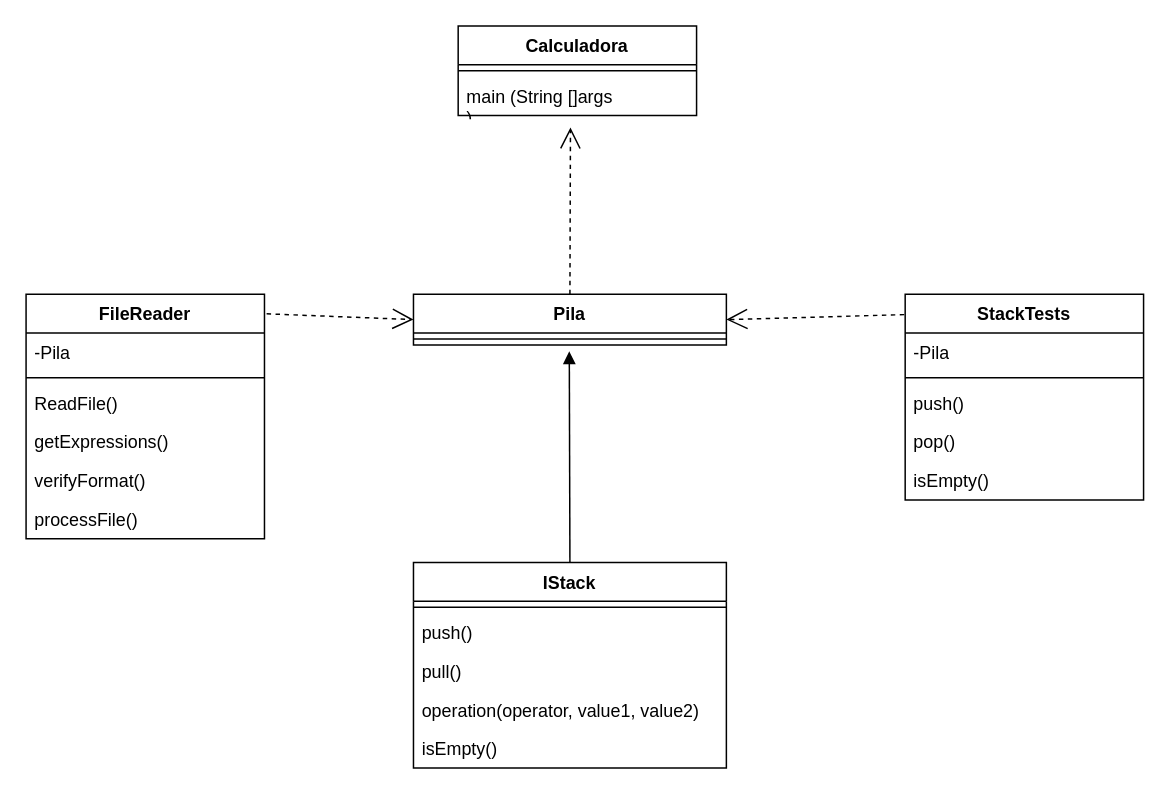
The draw.io diagram Hoja_de_Trabajo_2/HDT2 UML.drawio in antonySAZ7/Hojas-de-trabajo, before the edit. Source tidied: cells renumbered, new cells numbered last; positions are measured from the earlier drawing's top-left corner, leaving out a move shared by most shapes. Both pictures are drawn from the tidied source at 149%, with x=0, y=0 at pixel (25, 25).
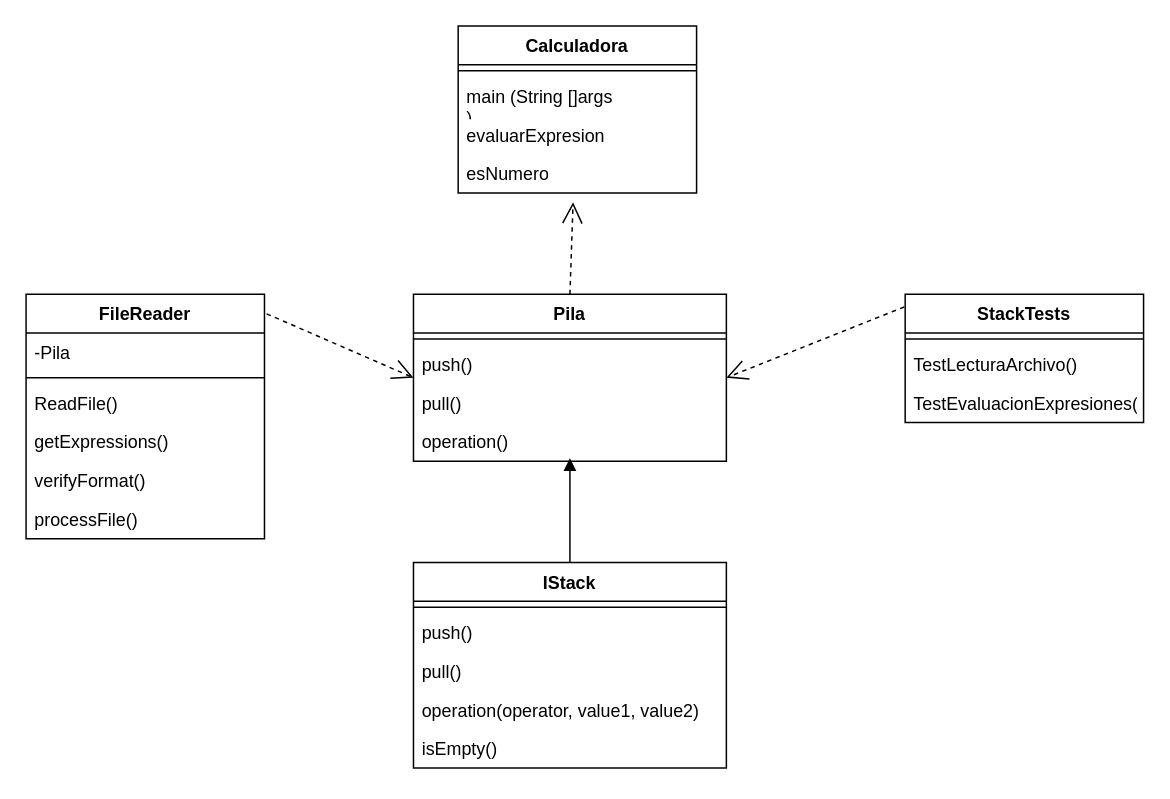
Above is the later version.

Commit message (it also covers changes not shown here):
Test de JUnit, corrección para leer cada línea como una expresión y modificación del diagrama UML

Unchanged cells that the change refers to:
```xml
<mxCell id="2" value="IStack" style="swimlane;fontStyle=1;align=center;verticalAlign=top;horizontal=1;startSize=26;whiteSpace=wrap;html=1;" parent="1" vertex="1">
  <mxGeometry x="260" y="360" width="210" height="138" as="geometry" />
</mxCell>
<mxCell id="10" value="main (String []args&lt;div&gt;)&lt;/div&gt;" style="text;strokeColor=none;fillColor=none;align=left;verticalAlign=top;spacingLeft=4;spacingRight=4;overflow=hidden;points=[[0,0.5],[1,0.5]];portConstraint=eastwest;whiteSpace=wrap;html=1;" parent="8" vertex="1">
  <mxGeometry y="34" width="160" height="26" as="geometry" />
</mxCell>
<mxCell id="12" style="line;strokeWidth=1;fillColor=none;align=left;verticalAlign=middle;spacingTop=-1;spacingLeft=3;spacingRight=3;labelPosition=right;points=[];portConstraint=eastwest;strokeColor=inherit;" parent="11" vertex="1">
  <mxGeometry y="26" width="210" height="8" as="geometry" />
</mxCell>
```

The edit, as a diff of the source:
```diff
@@
     <mxCell id="8" value="Calculadora" style="swimlane;fontStyle=1;align=center;verticalAlign=top;horizontal=1;startSize=26;whiteSpace=wrap;html=1;" parent="1" vertex="1">
-      <mxGeometry x="290" width="160" height="60" as="geometry" />
+      <mxGeometry x="290" width="160" height="112" as="geometry" />
     </mxCell>
@@
+    <mxCell id="30" value="evaluarExpresion" style="text;strokeColor=none;fillColor=none;align=left;verticalAlign=top;spacingLeft=4;spacingRight=4;overflow=hidden;whiteSpace=wrap;html=1;" parent="8" vertex="1">
+      <mxGeometry y="60" width="160" height="26" as="geometry" />
+    </mxCell>
+    <mxCell id="31" value="esNumero" style="text;strokeColor=none;fillColor=none;align=left;verticalAlign=top;spacingLeft=4;spacingRight=4;overflow=hidden;points=[[0,0.5],[1,0.5]];portConstraint=eastwest;whiteSpace=wrap;html=1;" parent="8" vertex="1">
+      <mxGeometry y="86" width="160" height="26" as="geometry" />
+    </mxCell>
     <mxCell id="11" value="Pila" style="swimlane;fontStyle=1;align=center;verticalAlign=top;horizontal=1;startSize=26;whiteSpace=wrap;html=1;" parent="1" vertex="1">
-      <mxGeometry x="260" y="180" width="210" height="34" as="geometry" />
+      <mxGeometry x="260" y="180" width="210" height="112" as="geometry" />
     </mxCell>
@@
+    <mxCell id="32" value="push()" style="text;strokeColor=none;fillColor=none;align=left;verticalAlign=top;spacingLeft=4;spacingRight=4;overflow=hidden;whiteSpace=wrap;html=1;" parent="11" vertex="1">
+      <mxGeometry y="34" width="210" height="26" as="geometry" />
+    </mxCell>
+    <mxCell id="33" value="pull()" style="text;strokeColor=none;fillColor=none;align=left;verticalAlign=top;spacingLeft=4;spacingRight=4;overflow=hidden;whiteSpace=wrap;html=1;" parent="11" vertex="1">
+      <mxGeometry y="60" width="210" height="26" as="geometry" />
+    </mxCell>
+    <mxCell id="34" value="operation()" style="text;strokeColor=none;fillColor=none;align=left;verticalAlign=top;spacingLeft=4;spacingRight=4;overflow=hidden;whiteSpace=wrap;html=1;" parent="11" vertex="1">
+      <mxGeometry y="86" width="210" height="26" as="geometry" />
+    </mxCell>
-    <mxCell id="13" style="html=1;verticalAlign=bottom;endArrow=block;curved=0;rounded=0;entryX=0.498;entryY=1.536;entryDx=0;entryDy=0;entryPerimeter=0;exitX=0.5;exitY=0;exitDx=0;exitDy=0;" parent="1" edge="1" source="2" target="12">
-      <mxGeometry relative="1" as="geometry" />
+    <mxCell id="13" style="html=1;verticalAlign=bottom;endArrow=block;curved=0;rounded=0;exitX=0.5;exitY=0;exitDx=0;exitDy=0;" parent="1" edge="1" source="2">
+      <mxGeometry relative="1" as="geometry">
+        <mxPoint x="365" y="290" as="targetPoint" />
+      </mxGeometry>
     </mxCell>
-    <mxCell id="14" style="endArrow=open;endSize=12;dashed=1;html=1;rounded=0;entryX=0.471;entryY=1.308;entryDx=0;entryDy=0;entryPerimeter=0;exitX=0.5;exitY=0;exitDx=0;exitDy=0;" parent="1" edge="1" source="11" target="10">
+    <mxCell id="14" style="endArrow=open;endSize=12;dashed=1;html=1;rounded=0;exitX=0.5;exitY=0;exitDx=0;exitDy=0;entryX=0.482;entryY=1.242;entryDx=0;entryDy=0;entryPerimeter=0;" parent="1" edge="1" source="11" target="31">
       <mxGeometry relative="1" as="geometry" />
     </mxCell>
     <mxCell id="15" value="StackTests" style="swimlane;fontStyle=1;align=center;verticalAlign=top;horizontal=1;startSize=26;whiteSpace=wrap;html=1;" parent="1" vertex="1">
-      <mxGeometry x="590" y="180" width="160" height="138" as="geometry" />
+      <mxGeometry x="590" y="180" width="160" height="86" as="geometry" />
     </mxCell>
-    <mxCell id="16" value="-Pila" style="text;strokeColor=none;fillColor=none;align=left;verticalAlign=top;spacingLeft=4;spacingRight=4;overflow=hidden;whiteSpace=wrap;html=1;" parent="15" vertex="1">
-      <mxGeometry y="26" width="160" height="26" as="geometry" />
-    </mxCell>
     <mxCell id="17" style="line;strokeWidth=1;fillColor=none;align=left;verticalAlign=middle;spacingTop=-1;spacingLeft=3;spacingRight=3;labelPosition=right;strokeColor=inherit;" parent="15" vertex="1">
-      <mxGeometry y="52" width="160" height="8" as="geometry" />
+      <mxGeometry y="26" width="160" height="8" as="geometry" />
     </mxCell>
-    <mxCell id="18" value="push()" style="text;strokeColor=none;fillColor=none;align=left;verticalAlign=top;spacingLeft=4;spacingRight=4;overflow=hidden;whiteSpace=wrap;html=1;" parent="15" vertex="1">
-      <mxGeometry y="60" width="160" height="26" as="geometry" />
+    <mxCell id="18" value="TestLecturaArchivo()" style="text;strokeColor=none;fillColor=none;align=left;verticalAlign=top;spacingLeft=4;spacingRight=4;overflow=hidden;whiteSpace=wrap;html=1;" parent="15" vertex="1">
+      <mxGeometry y="34" width="160" height="26" as="geometry" />
     </mxCell>
-    <mxCell id="19" value="pop()" style="text;strokeColor=none;fillColor=none;align=left;verticalAlign=top;spacingLeft=4;spacingRight=4;overflow=hidden;whiteSpace=wrap;html=1;" parent="15" vertex="1">
-      <mxGeometry y="86" width="160" height="26" as="geometry" />
+    <mxCell id="19" value="TestEvaluacionExpresiones()" style="text;strokeColor=none;fillColor=none;align=left;verticalAlign=top;spacingLeft=4;spacingRight=4;overflow=hidden;whiteSpace=wrap;html=1;" parent="15" vertex="1">
+      <mxGeometry y="60" width="160" height="26" as="geometry" />
     </mxCell>
-    <mxCell id="20" value="isEmpty()" style="text;strokeColor=none;fillColor=none;align=left;verticalAlign=top;spacingLeft=4;spacingRight=4;overflow=hidden;whiteSpace=wrap;html=1;" parent="15" vertex="1">
-      <mxGeometry y="112" width="160" height="26" as="geometry" />
-    </mxCell>
```
